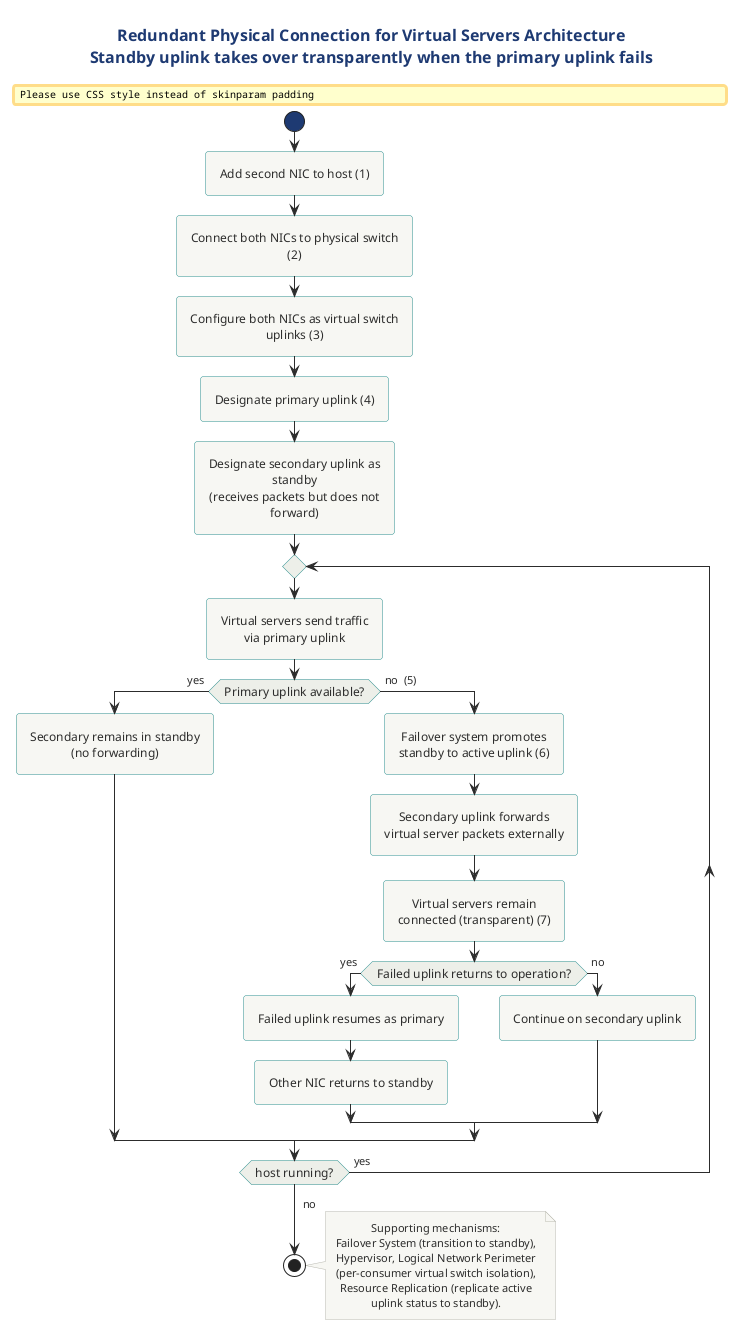
The PlantUML diagram src/architecture/cloud/architecture/cloud-architecture-diagram-library/specialized-cloud-architectures-puml/png/10-redundant-physical-connection-virtual.png in Notoriousjayy/latex-docs, before a commit. Source of this version:
```plantuml
@startuml redundant_physical_connection_virtual_servers
!include ../../../../../../tooling/styles/plantuml/behavioral/activity-diagram-style.iuml

title Redundant Physical Connection for Virtual Servers Architecture\nStandby uplink takes over transparently when the primary uplink fails

start
:Add second NIC to host (1);
:Connect both NICs to physical switch (2);
:Configure both NICs as virtual switch uplinks (3);
:Designate primary uplink (4);
:Designate secondary uplink as standby
(receives packets but does not forward);

repeat
  :Virtual servers send traffic
  via primary uplink;
  if (Primary uplink available?) then (yes)
    :Secondary remains in standby
    (no forwarding);
  else (no  (5))
    :Failover system promotes
    standby to active uplink (6);
    :Secondary uplink forwards
    virtual server packets externally;
    :Virtual servers remain
    connected (transparent) (7);
    if (Failed uplink returns to operation?) then (yes)
      :Failed uplink resumes as primary;
      :Other NIC returns to standby;
    else (no)
      :Continue on secondary uplink;
    endif
  endif
repeat while (host running?) is (yes)
->no;
stop

note right
  Supporting mechanisms:
  Failover System (transition to standby),
  Hypervisor, Logical Network Perimeter
  (per-consumer virtual switch isolation),
  Resource Replication (replicate active
  uplink status to standby).
end note

@enduml
```
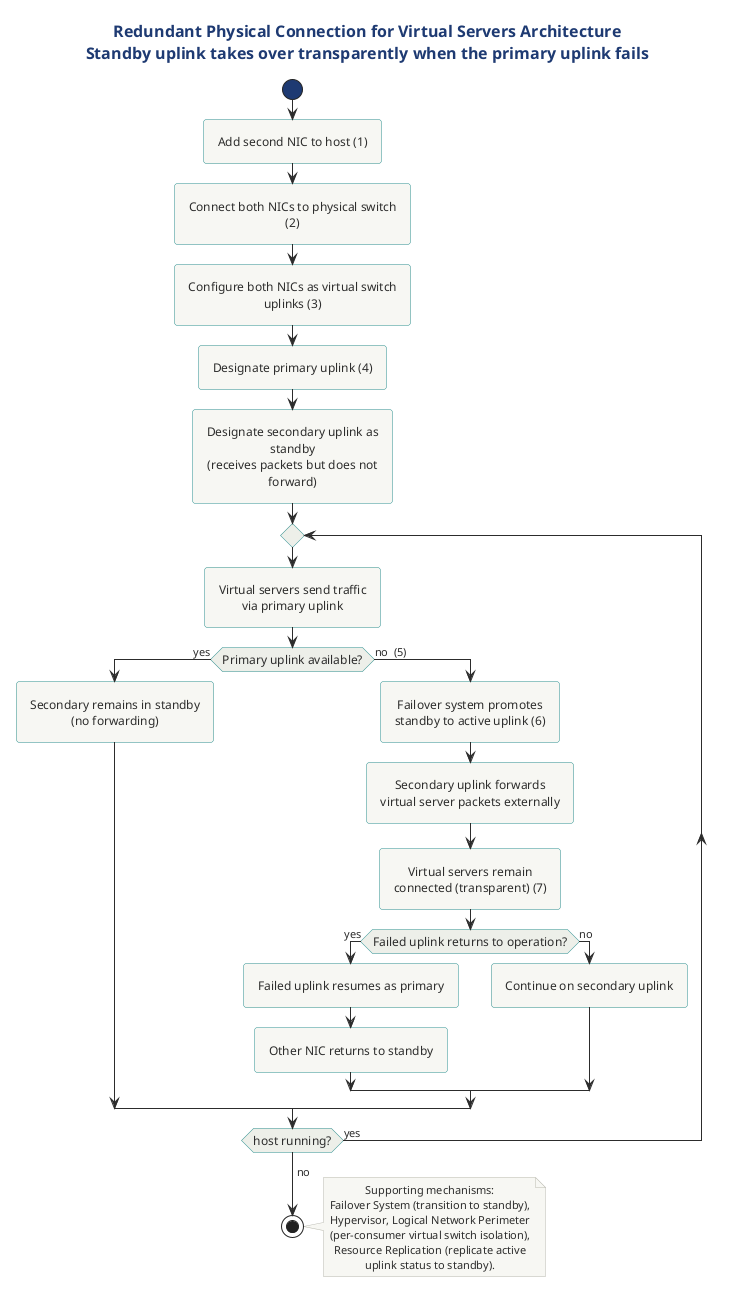
The same diagram one commit later.

What changed in the source:
```diff
@@ -1,4 +1,4 @@
-@startuml redundant_physical_connection_virtual_servers
+@startuml
 !include ../../../../../../tooling/styles/plantuml/behavioral/activity-diagram-style.iuml
 
 title Redundant Physical Connection for Virtual Servers Architecture\nStandby uplink takes over transparently when the primary uplink fails
```
